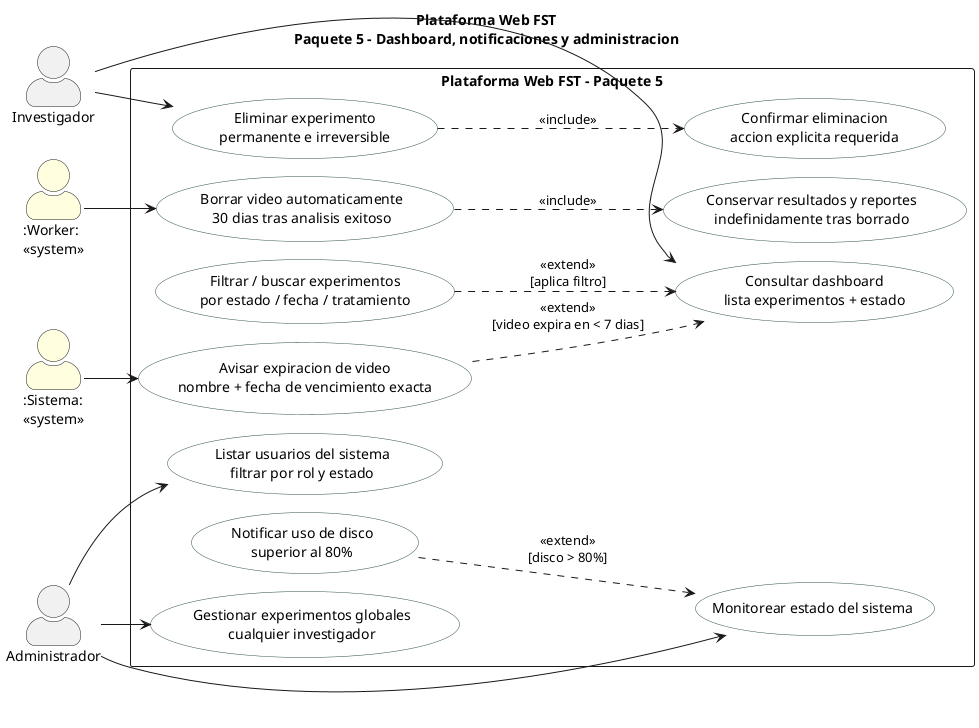
ErickJester/fst-ai-system-latex keeps this PlantUML diagram as figures/mermaid/cu_paquete5.png. Above is the earlier version.
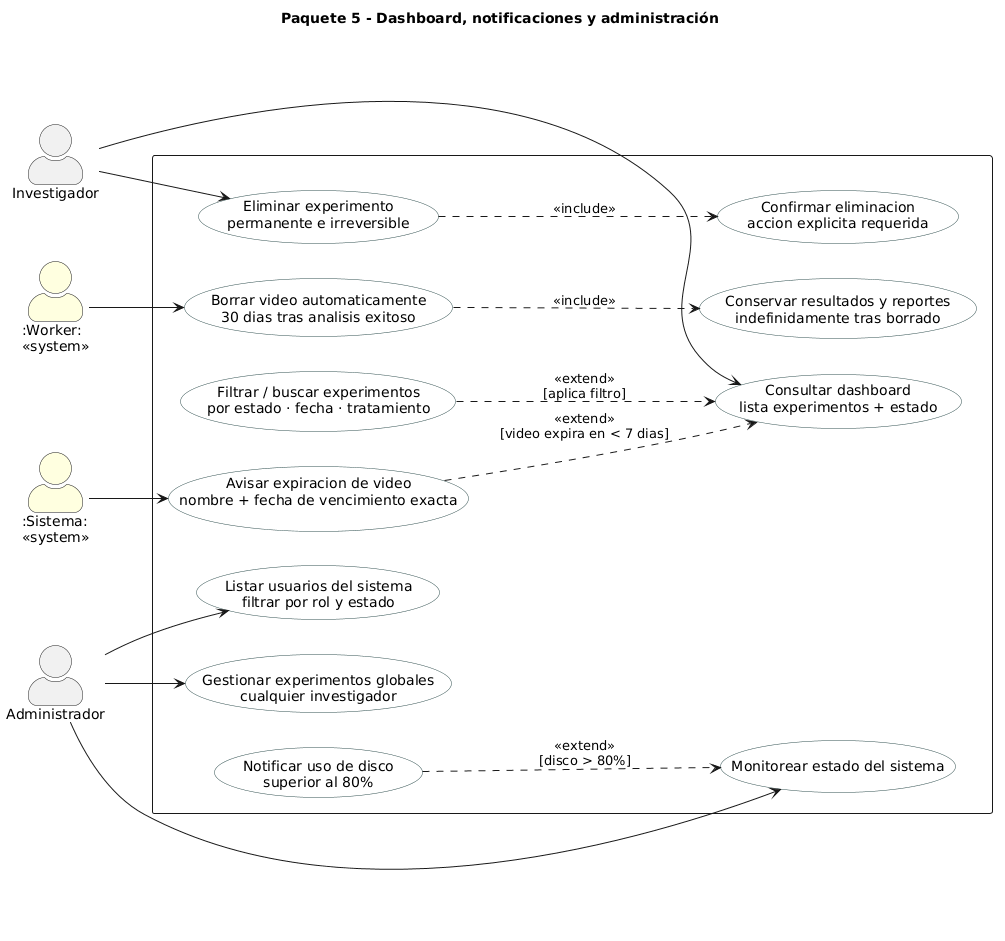
Above is the later version.

Change to the diagram source:
```diff
@@ -1,6 +1,6 @@
 @startuml
-!pragma layout smetana
-title Plataforma Web FST\nPaquete 5 - Dashboard, notificaciones y administracion
+title Paquete 5 - Dashboard, notificaciones y administración
+
 left to right direction
 skinparam packageStyle rectangle
 skinparam actorStyle awesome
@@ -8,13 +8,15 @@
   BackgroundColor White
   BorderColor DarkSlateGray
 }
+
 actor "Investigador" as INV
 actor "Administrador" as ADMIN
 actor ":Worker:\n<<system>>" as WRK #LightYellow
 actor ":Sistema:\n<<system>>" as SYS #LightYellow
-rectangle "Plataforma Web FST - Paquete 5" {
+
+rectangle " " {
   usecase "Consultar dashboard\nlista experimentos + estado" as UC51
-  usecase "Filtrar / buscar experimentos\npor estado / fecha / tratamiento" as UC51a
+  usecase "Filtrar / buscar experimentos\npor estado · fecha · tratamiento" as UC51a
   usecase "Avisar expiracion de video\nnombre + fecha de vencimiento exacta" as UC52
   usecase "Eliminar experimento\npermanente e irreversible" as UC53
   usecase "Confirmar eliminacion\naccion explicita requerida" as UC53a
@@ -25,16 +27,19 @@
   usecase "Notificar uso de disco\nsuperior al 80%" as UC57a
   usecase "Gestionar experimentos globales\ncualquier investigador" as UC58
 }
-INV --> UC51
-INV --> UC53
+
+INV   --> UC51
+INV   --> UC53
 ADMIN --> UC56
 ADMIN --> UC57
 ADMIN --> UC58
-WRK --> UC54
-SYS --> UC52
-UC52 ..> UC51 : <<extend>>\n[video expira en < 7 dias]
+WRK   --> UC54
+SYS   --> UC52
+
+UC52  ..> UC51 : <<extend>>\n[video expira en < 7 dias]
 UC51a ..> UC51 : <<extend>>\n[aplica filtro]
 UC57a ..> UC57 : <<extend>>\n[disco > 80%]
+
 UC53 ..> UC53a : <<include>>
-UC54 ..> UC55 : <<include>>
+UC54 ..> UC55  : <<include>>
 @enduml
```
